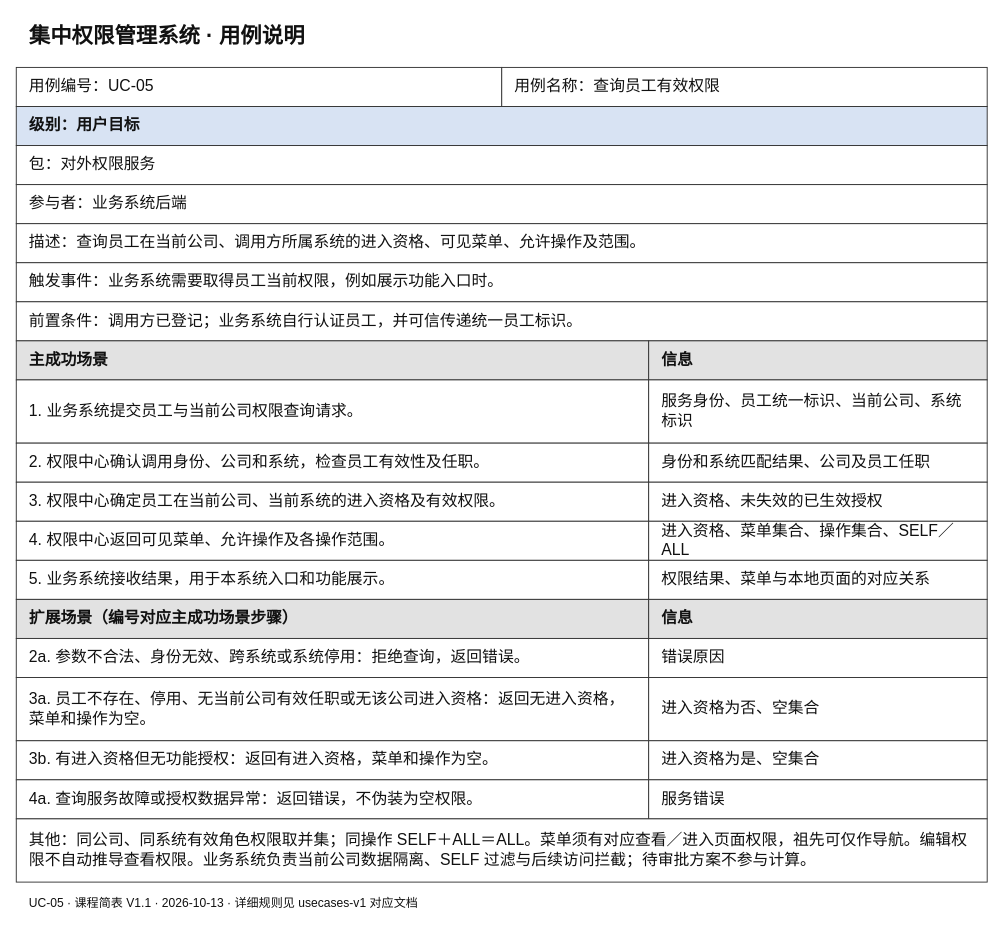
Above: docs/按用例分类/UC-05_查询员工有效权限/课程简表.drawio in Noah-hope/RBAC-admin (draw.io), before the change. Source tidied: cells renumbered, new cells numbered last; positions are measured from the earlier drawing's top-left corner, leaving out a move shared by most shapes. Both pictures are drawn from the tidied source at 93%, with x=0, y=0 at pixel (16, 16).
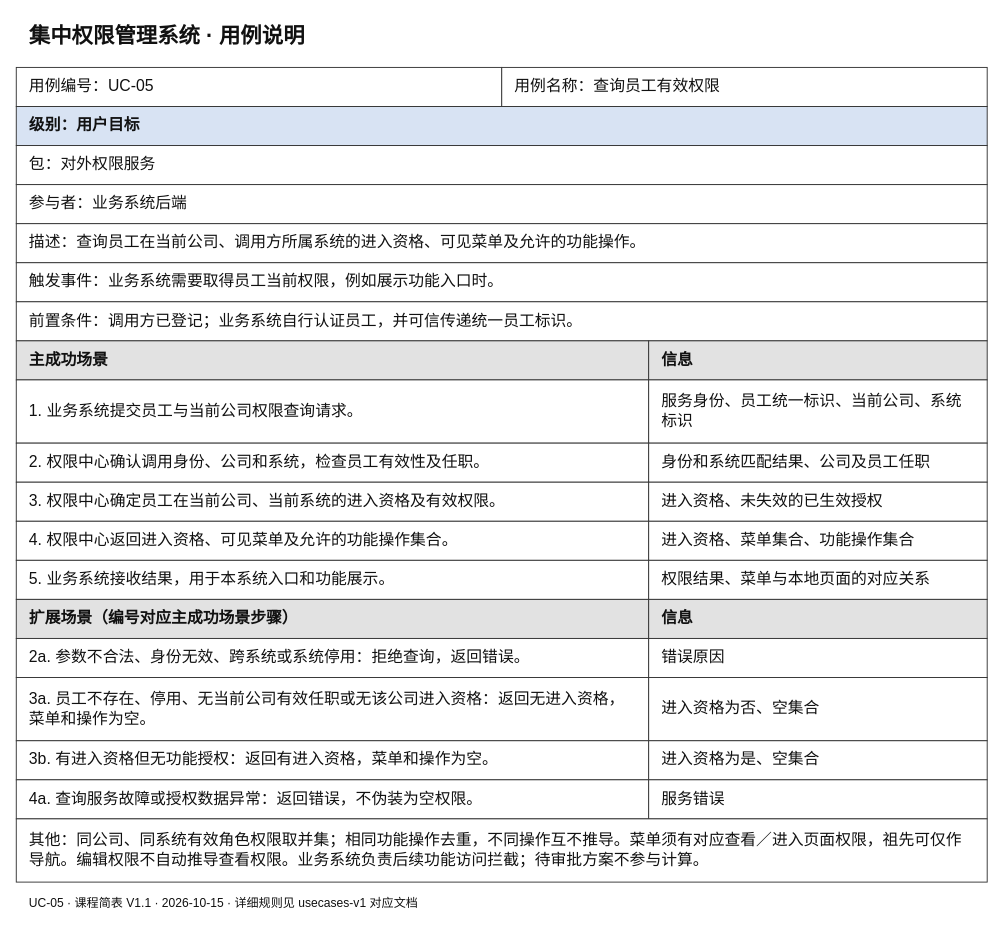
Above is the later version.

Diff of the diagram source:
```diff
@@
-    <mxCell id="8" value="描述：查询员工在当前公司、调用方所属系统的进入资格、可见菜单、允许操作及范围。" style="rounded=0;whiteSpace=wrap;html=0;fontFamily=Microsoft YaHei;fontSize=17;fontColor=#111111;align=left;verticalAlign=middle;spacingLeft=12;spacingRight=12;spacingTop=8;spacingBottom=8;fillColor=#ffffff;strokeColor=#333333;fontStyle=0;" parent="1" vertex="1">
+    <mxCell id="8" value="描述：查询员工在当前公司、调用方所属系统的进入资格、可见菜单及允许的功能操作。" style="rounded=0;whiteSpace=wrap;html=0;fontFamily=Microsoft YaHei;fontSize=17;fontColor=#111111;align=left;verticalAlign=middle;spacingLeft=12;spacingRight=12;spacingTop=8;spacingBottom=8;fillColor=#ffffff;strokeColor=#333333;fontStyle=0;" parent="1" vertex="1">
       <mxGeometry y="223" width="1044" height="42" as="geometry" />
     </mxCell>
@@
-    <mxCell id="19" value="4. 权限中心返回可见菜单、允许操作及各操作范围。" style="rounded=0;whiteSpace=wrap;html=0;fontFamily=Microsoft YaHei;fontSize=17;fontColor=#111111;align=left;verticalAlign=middle;spacingLeft=12;spacingRight=12;spacingTop=8;spacingBottom=8;fillColor=#ffffff;strokeColor=#333333;fontStyle=0;" parent="1" vertex="1">
+    <mxCell id="19" value="4. 权限中心返回进入资格、可见菜单及允许的功能操作集合。" style="rounded=0;whiteSpace=wrap;html=0;fontFamily=Microsoft YaHei;fontSize=17;fontColor=#111111;align=left;verticalAlign=middle;spacingLeft=12;spacingRight=12;spacingTop=8;spacingBottom=8;fillColor=#ffffff;strokeColor=#333333;fontStyle=0;" parent="1" vertex="1">
       <mxGeometry y="543" width="680" height="42" as="geometry" />
     </mxCell>
-    <mxCell id="20" value="进入资格、菜单集合、操作集合、SELF／ALL" style="rounded=0;whiteSpace=wrap;html=0;fontFamily=Microsoft YaHei;fontSize=17;fontColor=#111111;align=left;verticalAlign=middle;spacingLeft=12;spacingRight=12;spacingTop=8;spacingBottom=8;fillColor=#ffffff;strokeColor=#333333;fontStyle=0;" parent="1" vertex="1">
+    <mxCell id="20" value="进入资格、菜单集合、功能操作集合" style="rounded=0;whiteSpace=wrap;html=0;fontFamily=Microsoft YaHei;fontSize=17;fontColor=#111111;align=left;verticalAlign=middle;spacingLeft=12;spacingRight=12;spacingTop=8;spacingBottom=8;fillColor=#ffffff;strokeColor=#333333;fontStyle=0;" parent="1" vertex="1">
       <mxGeometry x="680" y="543" width="364" height="42" as="geometry" />
     </mxCell>
@@
-    <mxCell id="33" value="其他：同公司、同系统有效角色权限取并集；同操作 SELF＋ALL＝ALL。菜单须有对应查看／进入页面权限，祖先可仅作导航。编辑权限不自动推导查看权限。业务系统负责当前公司数据隔离、SELF 过滤与后续访问拦截；待审批方案不参与计算。" style="rounded=0;whiteSpace=wrap;html=0;fontFamily=Microsoft YaHei;fontSize=17;fontColor=#111111;align=left;verticalAlign=middle;spacingLeft=12;spacingRight=12;spacingTop=8;spacingBottom=8;fillColor=#ffffff;strokeColor=#333333;fontStyle=0;" parent="1" vertex="1">
+    <mxCell id="33" value="其他：同公司、同系统有效角色权限取并集；相同功能操作去重，不同操作互不推导。菜单须有对应查看／进入页面权限，祖先可仅作导航。编辑权限不自动推导查看权限。业务系统负责后续功能访问拦截；待审批方案不参与计算。" style="rounded=0;whiteSpace=wrap;html=0;fontFamily=Microsoft YaHei;fontSize=17;fontColor=#111111;align=left;verticalAlign=middle;spacingLeft=12;spacingRight=12;spacingTop=8;spacingBottom=8;fillColor=#ffffff;strokeColor=#333333;fontStyle=0;" parent="1" vertex="1">
       <mxGeometry y="863" width="1044" height="68" as="geometry" />
     </mxCell>
-    <mxCell id="34" value="UC-05 · 课程简表 V1.1 · 2026-10-13 · 详细规则见 usecases-v1 对应文档" style="rounded=0;whiteSpace=wrap;html=0;fontFamily=Microsoft YaHei;fontSize=13;fontColor=#111111;align=left;verticalAlign=middle;spacingLeft=12;spacingRight=12;spacingTop=8;spacingBottom=8;fillColor=#ffffff;strokeColor=none;fontStyle=0;" parent="1" vertex="1">
+    <mxCell id="34" value="UC-05 · 课程简表 V1.1 · 2026-10-15 · 详细规则见 usecases-v1 对应文档" style="rounded=0;whiteSpace=wrap;html=0;fontFamily=Microsoft YaHei;fontSize=13;fontColor=#111111;align=left;verticalAlign=middle;spacingLeft=12;spacingRight=12;spacingTop=8;spacingBottom=8;fillColor=#ffffff;strokeColor=none;fontStyle=0;" parent="1" vertex="1">
       <mxGeometry y="938" width="1044" height="30" as="geometry" />
     </mxCell>
```
